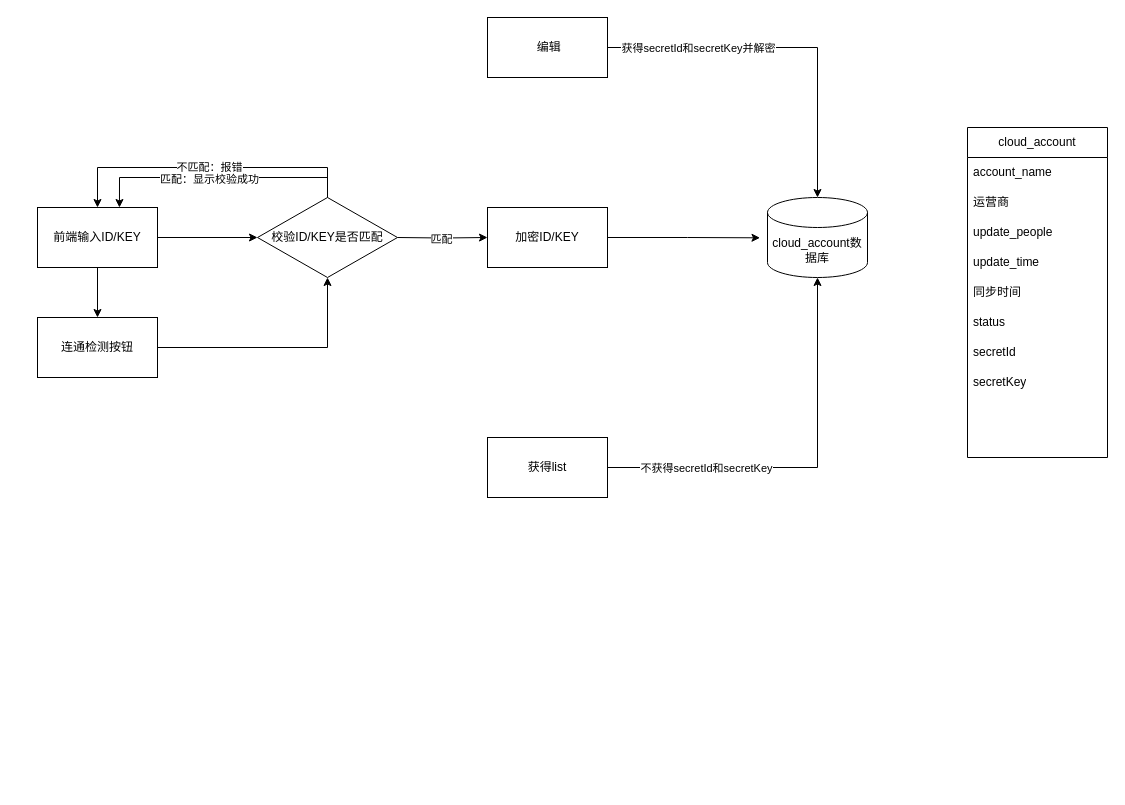
Earlier version of the draw.io diagram cloud.drawio (lovezyz/draw). Source tidied: cells renumbered, new cells numbered last; positions are measured from the earlier drawing's top-left corner, leaving out a move shared by most shapes. Both pictures are drawn from the tidied source at 100%, with x=0, y=0 at pixel (37, 17).
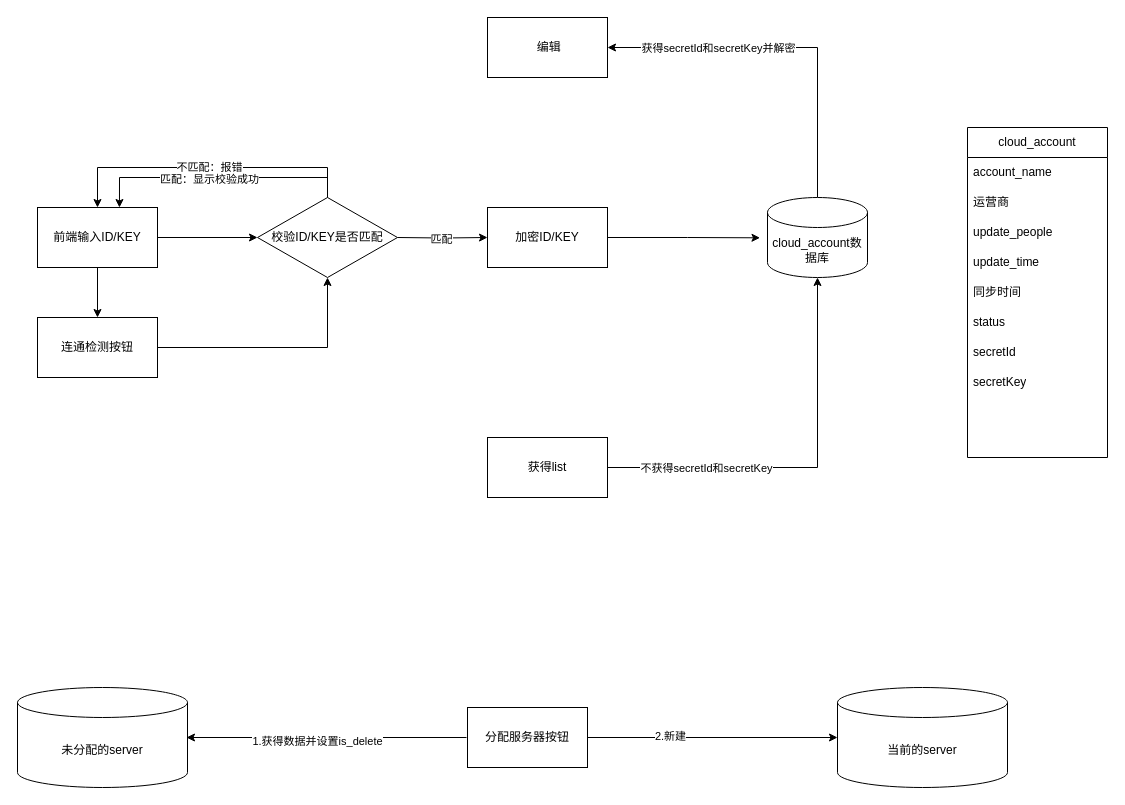
Above is the later version.

Unchanged cells that the change refers to:
```xml
<mxCell id="5" value="cloud_account数据库" style="shape=cylinder3;whiteSpace=wrap;html=1;boundedLbl=1;backgroundOutline=1;size=15;" parent="1" vertex="1">
  <mxGeometry x="730" y="180" width="100" height="80" as="geometry" />
</mxCell>
<mxCell id="31" value="&amp;nbsp;编辑" style="rounded=0;whiteSpace=wrap;html=1;" parent="1" vertex="1">
  <mxGeometry x="450" width="120" height="60" as="geometry" />
</mxCell>
```

The edit, as a diff of the source:
```diff
@@
+    <mxCell id="34" style="edgeStyle=orthogonalEdgeStyle;rounded=0;jettySize=auto;html=1;entryX=1;entryY=0.5;entryDx=0;entryDy=0;" parent="1" edge="1" source="5" target="31">
+      <mxGeometry relative="1" as="geometry">
+        <Array as="points">
+          <mxPoint x="780" y="30" />
+        </Array>
+      </mxGeometry>
+    </mxCell>
+    <mxCell id="33" value="获得secretId和secretKey并解密" style="edgeLabel;html=1;align=center;verticalAlign=middle;" parent="34" vertex="1">
+      <mxGeometry x="0.53" y="-1" relative="1" as="geometry">
+        <mxPoint x="25" y="1" as="offset" />
+      </mxGeometry>
+    </mxCell>
@@
-    <mxCell id="32" style="edgeStyle=orthogonalEdgeStyle;rounded=0;jettySize=auto;html=1;entryX=0.5;entryY=0;entryDx=0;entryDy=0;entryPerimeter=0;" parent="1" edge="1" source="31" target="5">
-      <mxGeometry relative="1" as="geometry" />
-    </mxCell>
-    <mxCell id="33" value="获得secretId和secretKey并解密" style="edgeLabel;html=1;align=center;verticalAlign=middle;" parent="32" vertex="1">
-      <mxGeometry x="-0.5" relative="1" as="geometry" />
-    </mxCell>
+    <mxCell id="35" value="未分配的server" style="shape=cylinder3;whiteSpace=wrap;html=1;boundedLbl=1;backgroundOutline=1;size=15;" parent="1" vertex="1">
+      <mxGeometry x="-20" y="670" width="170" height="100" as="geometry" />
+    </mxCell>
+    <mxCell id="36" style="edgeStyle=orthogonalEdgeStyle;rounded=0;jettySize=auto;html=1;" parent="1" edge="1" source="38" target="41">
+      <mxGeometry relative="1" as="geometry" />
+    </mxCell>
+    <mxCell id="37" value="2.新建" style="edgeLabel;html=1;align=center;verticalAlign=middle;" parent="36" vertex="1">
+      <mxGeometry x="-0.34" y="2" relative="1" as="geometry" />
+    </mxCell>
+    <mxCell id="38" value="分配服务器按钮" style="rounded=0;whiteSpace=wrap;html=1;" parent="1" vertex="1">
+      <mxGeometry x="430" y="690" width="120" height="60" as="geometry" />
+    </mxCell>
+    <mxCell id="39" style="edgeStyle=orthogonalEdgeStyle;rounded=0;orthogonalLoop=1;jettySize=auto;html=1;exitX=0;exitY=0.5;exitDx=0;exitDy=0;entryX=1;entryY=0.5;entryDx=0;entryDy=0;entryPerimeter=0;" parent="1" edge="1">
+      <mxGeometry relative="1" as="geometry">
+        <mxPoint x="429" y="720" as="sourcePoint" />
+        <mxPoint x="149" y="720" as="targetPoint" />
+      </mxGeometry>
+    </mxCell>
+    <mxCell id="40" value="1.获得数据并设置is_delete" style="edgeLabel;html=1;align=center;verticalAlign=middle;" parent="39" vertex="1">
+      <mxGeometry x="0.07" y="3" relative="1" as="geometry" />
+    </mxCell>
+    <mxCell id="41" value="当前的server" style="shape=cylinder3;whiteSpace=wrap;html=1;boundedLbl=1;backgroundOutline=1;size=15;" parent="1" vertex="1">
+      <mxGeometry x="800" y="670" width="170" height="100" as="geometry" />
+    </mxCell>
```
